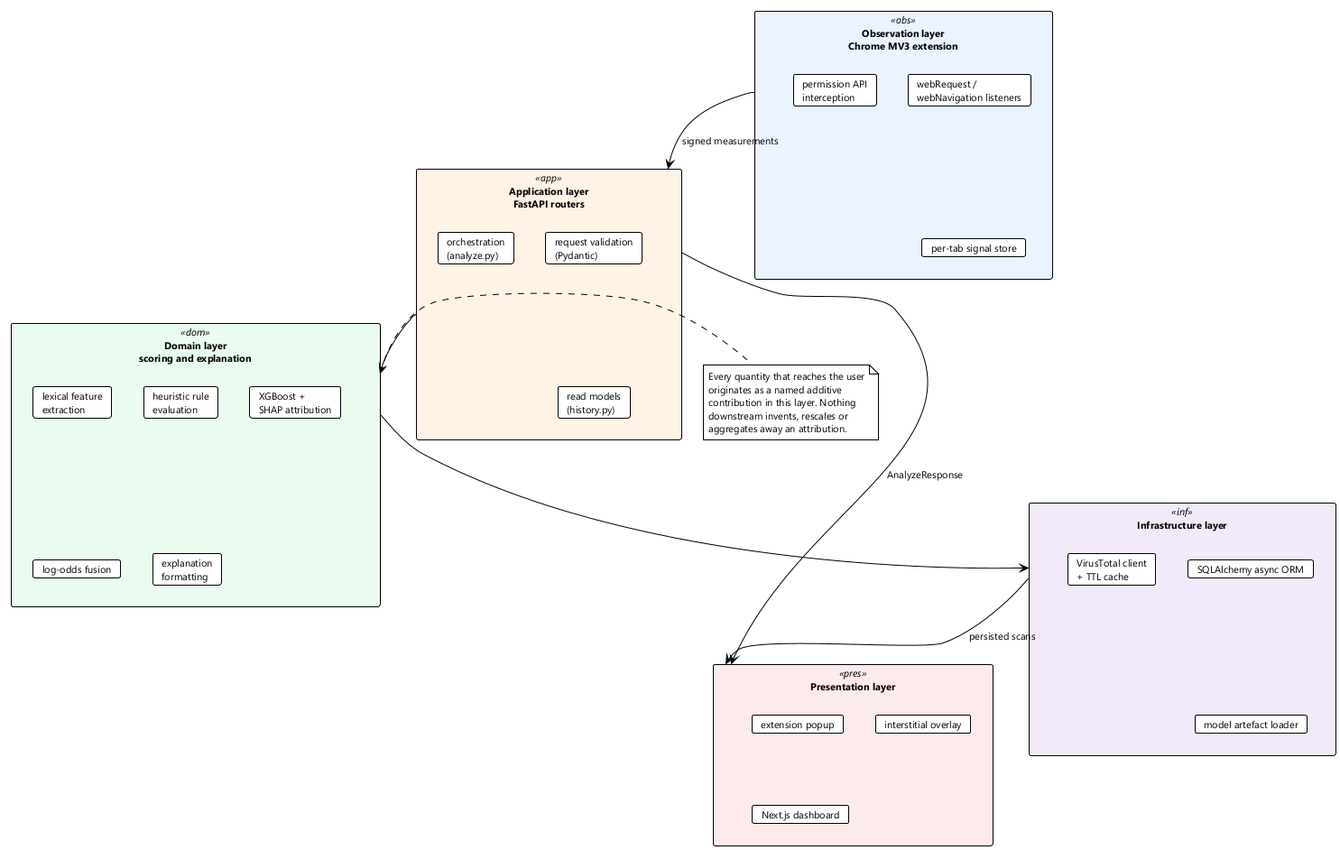
Earlier version of the PlantUML export docs/thesis/diagrams/out/fig-3-0-architecture.png (Trust-Dr-BABA/Final-Year-Project).
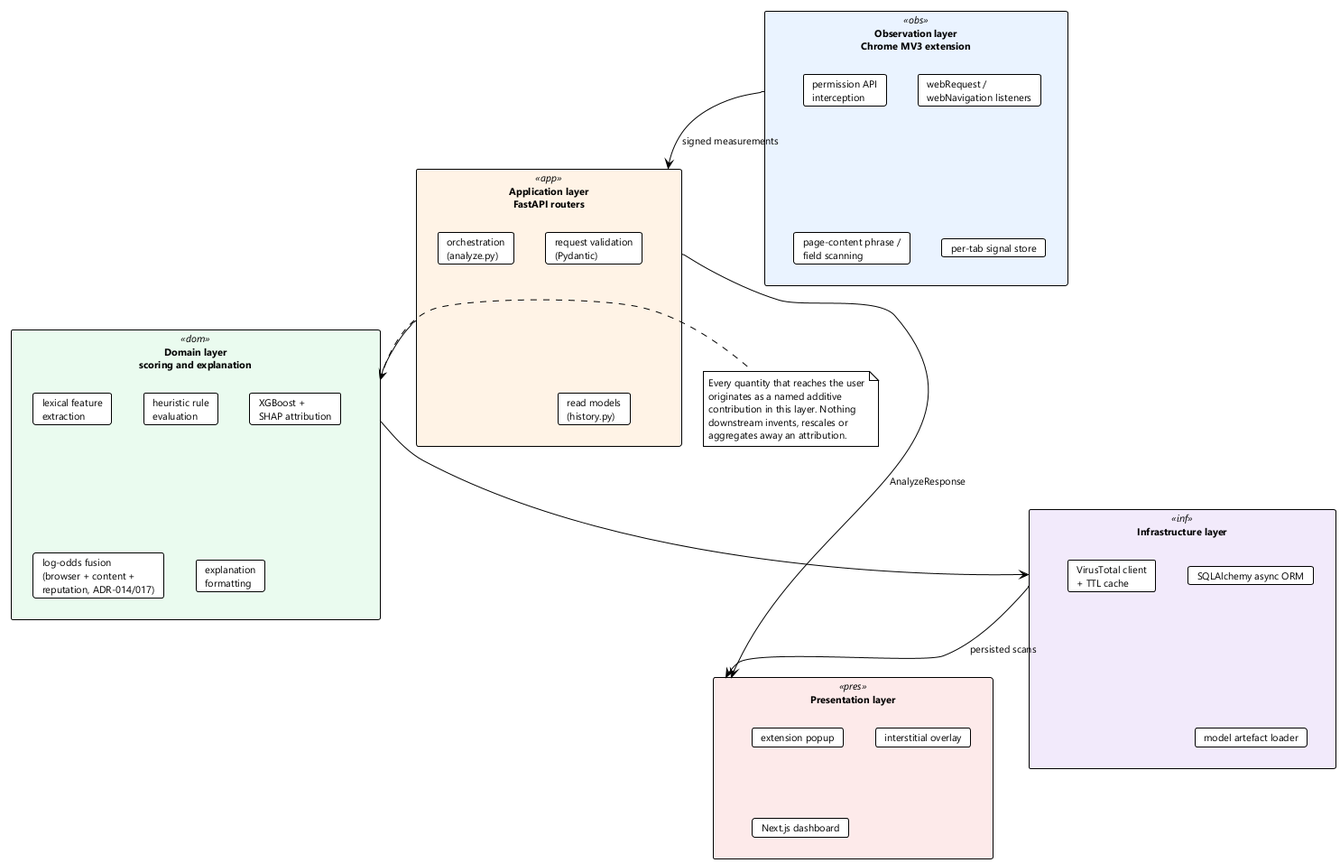
After the change.

Change to the diagram source:
```diff
@@ -15,6 +15,7 @@
 rectangle "Observation layer\nChrome MV3 extension" <<obs>> as L1 {
   card "webRequest /\nwebNavigation listeners" as c1
   card "permission API\ninterception" as c2
+  card "page-content phrase /\nfield scanning" as c1b
   card "per-tab signal store" as c3
 }
 
@@ -28,7 +29,7 @@
   card "lexical feature\nextraction" as c7
   card "heuristic rule\nevaluation" as c8
   card "XGBoost +\nSHAP attribution" as c9
-  card "log-odds fusion" as c10
+  card "log-odds fusion\n(browser + content +\nreputation, ADR-014/017)" as c10
   card "explanation\nformatting" as c11
 }
 
```
